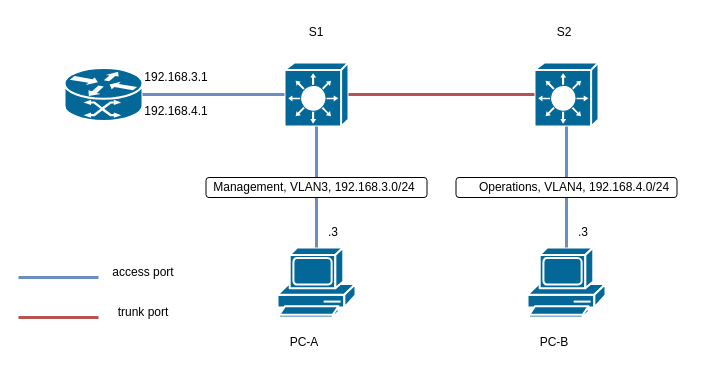
This is page "Vlan plan" (2 of 2) of lab1.drawio from fueller-max/drawio, a draw.io file, before an edit. Source tidied: cells renumbered, new cells numbered last; positions are measured from the earlier drawing's top-left corner, leaving out a move shared by most shapes. Both pictures are drawn from the tidied source at 100%, with x=0, y=0 at pixel (18, 17).
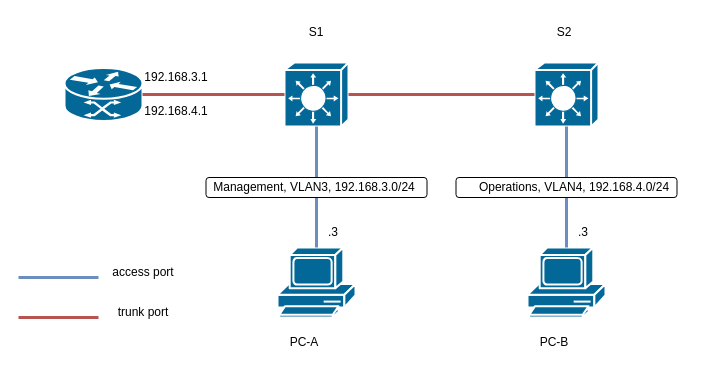
The same diagram, later.

Unchanged cells that the change refers to:
```xml
<mxCell id="2" style="shape=mxgraph.cisco.routers.atm_router;sketch=0;html=1;dashed=0;fillColor=#036897;strokeColor=#ffffff;strokeWidth=2;verticalLabelPosition=bottom;verticalAlign=top;align=center;outlineConnect=0;" parent="1" vertex="1">
  <mxGeometry x="46" y="50.5" width="78" height="53" as="geometry" />
</mxCell>
<mxCell id="3" style="shape=mxgraph.cisco.switches.layer_3_switch;sketch=0;html=1;dashed=0;fillColor=#036897;strokeColor=#ffffff;strokeWidth=2;verticalLabelPosition=bottom;verticalAlign=top;align=center;outlineConnect=0;" parent="1" vertex="1">
  <mxGeometry x="266" y="45" width="64" height="64" as="geometry" />
</mxCell>
```

The edit, as a diff of the source:
```diff
@@
-    <mxCell id="10" style="endArrow=none;html=1;rounded=0;entryX=0;entryY=0.5;entryDx=0;entryDy=0;entryPerimeter=0;exitX=1;exitY=0.5;exitDx=0;exitDy=0;exitPerimeter=0;fillColor=#dae8fc;strokeColor=#6c8ebf;strokeWidth=3;" parent="1" edge="1" source="2" target="3">
+    <mxCell id="10" style="endArrow=none;html=1;rounded=0;entryX=0;entryY=0.5;entryDx=0;entryDy=0;entryPerimeter=0;exitX=1;exitY=0.5;exitDx=0;exitDy=0;exitPerimeter=0;fillColor=#f8cecc;strokeColor=#b85450;strokeWidth=3;" parent="1" edge="1" source="2" target="3">
       <mxGeometry relative="1" as="geometry" />
     </mxCell>
```
